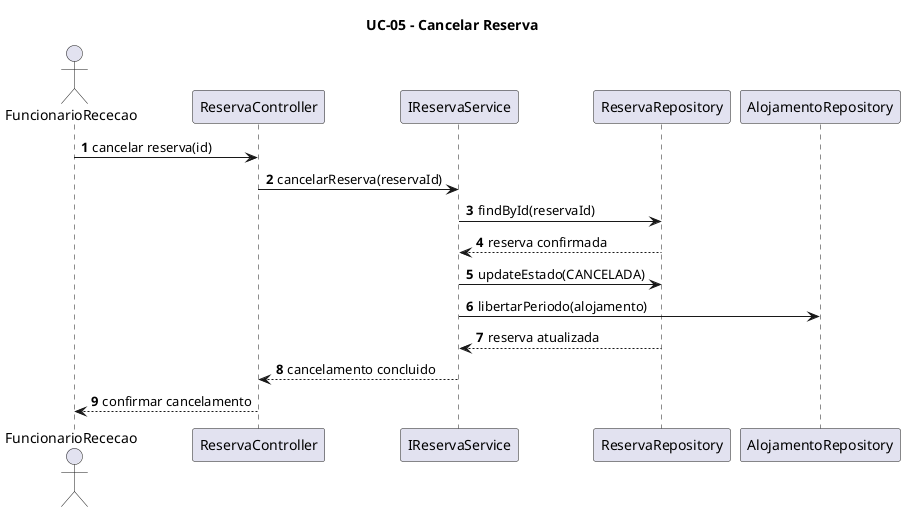
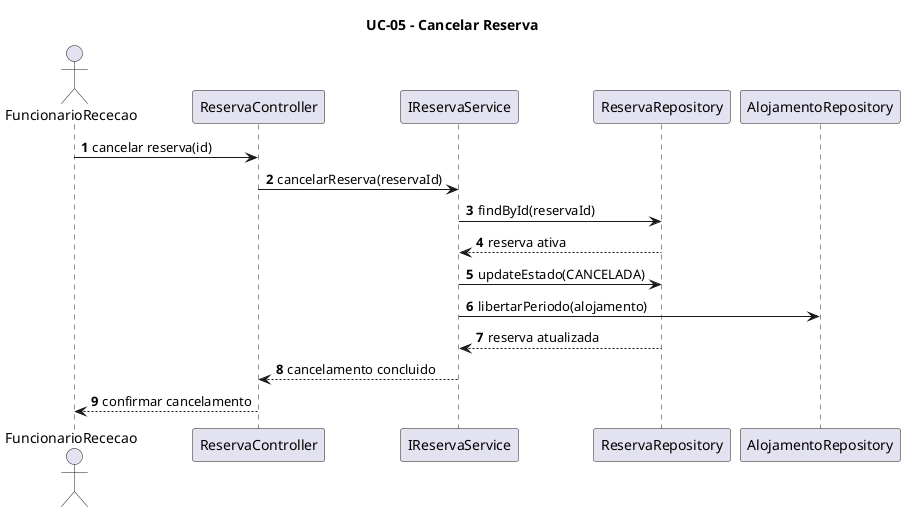
@startuml UC-05
title UC-05 - Cancelar Reserva

autonumber
actor FuncionarioRececao
participant ReservaController
participant IReservaService
participant ReservaRepository
participant AlojamentoRepository

FuncionarioRececao -> ReservaController : cancelar reserva(id)
ReservaController -> IReservaService : cancelarReserva(reservaId)
IReservaService -> ReservaRepository : findById(reservaId)
- ReservaRepository --> IReservaService : reserva confirmada
+ ReservaRepository --> IReservaService : reserva ativa
IReservaService -> ReservaRepository : updateEstado(CANCELADA)
IReservaService -> AlojamentoRepository : libertarPeriodo(alojamento)
ReservaRepository --> IReservaService : reserva atualizada
IReservaService --> ReservaController : cancelamento concluido
ReservaController --> FuncionarioRececao : confirmar cancelamento

@enduml
